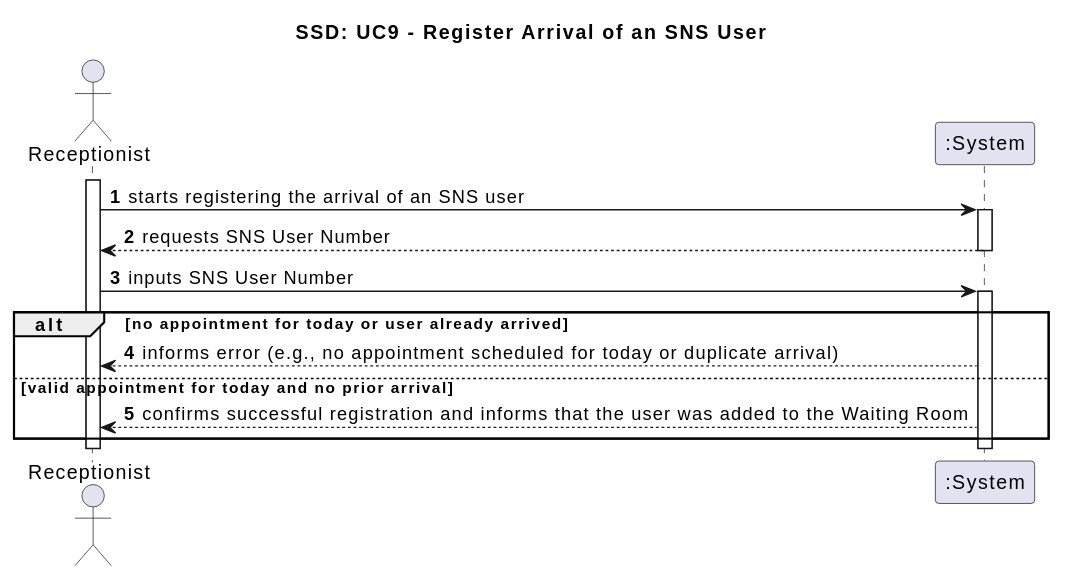
The PlantUML diagram Documentation/Use Cases/UC9/svg/UC9-SSD.svg in Andre-1240567/fsoft2026_1DD_1, before a commit.
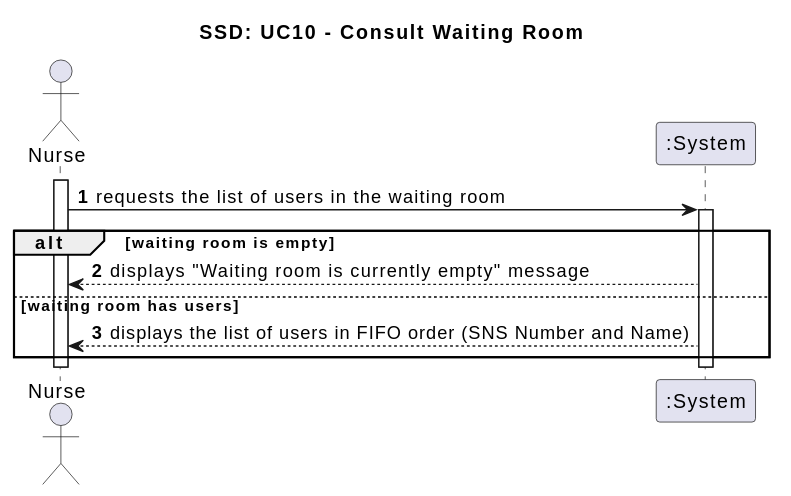
Above is the later version.

Change to the diagram source:
```diff
@@ -1,26 +1,21 @@
 @startuml
-title SSD: UC9 - Register Arrival of an SNS User
+title SSD: UC10 - Consult Waiting Room
 
-actor "Receptionist" as Rec
+actor "Nurse" as Nurse
 participant ":System" as System
 
 autonumber
-activate Rec
+activate Nurse
 
-Rec -> System: starts registering the arrival of an SNS user
-activate System
-System --> Rec: requests SNS User Number
-deactivate System
-
-Rec -> System: inputs SNS User Number
+Nurse -> System: requests the list of users in the waiting room
 activate System
 
-alt no appointment for today or user already arrived
-    System --> Rec: informs error (e.g., no appointment scheduled for today or duplicate arrival)
-else valid appointment for today and no prior arrival
-    System --> Rec: confirms successful registration and informs that the user was added to the Waiting Room
+alt waiting room is empty
+    System --> Nurse: displays "Waiting room is currently empty" message
+else waiting room has users
+    System --> Nurse: displays the list of users in FIFO order (SNS Number and Name)
 end
 
 deactivate System
-deactivate Rec
+deactivate Nurse
 @enduml
```
